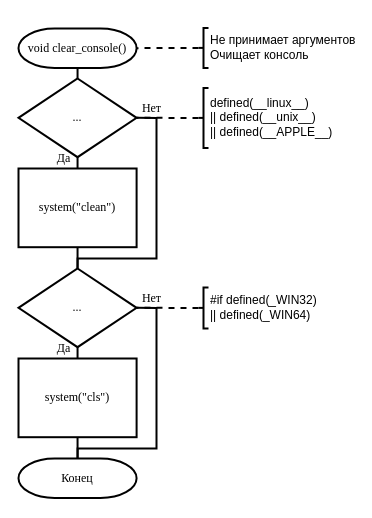
Before: src/libs/clear_console/clear_console.drawio in BrSTU-PO4-190333/2sem_coursework, a draw.io diagram. Source tidied: cells renumbered, new cells numbered last; positions are measured from the earlier drawing's top-left corner, leaving out a move shared by most shapes. Both pictures are drawn from the tidied source at 100%, with x=0, y=0 at pixel (18, 27).
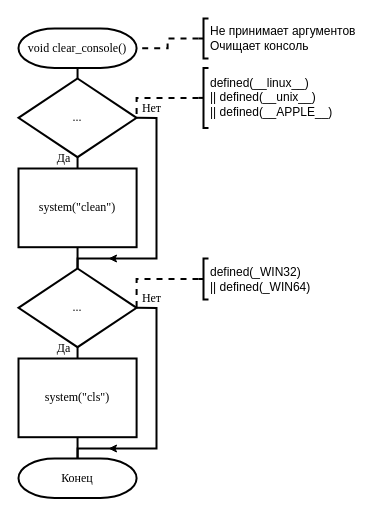
After the change.

The change refers to these unchanged cells:
```xml
<mxCell id="6" value="..." style="strokeWidth=2;html=1;shape=mxgraph.flowchart.decision;whiteSpace=wrap;rounded=0;fontFamily=Times New Roman;" parent="1" vertex="1">
  <mxGeometry y="51" width="118.1" height="78.7" as="geometry" />
</mxCell>
<mxCell id="13" value="..." style="strokeWidth=2;html=1;shape=mxgraph.flowchart.decision;whiteSpace=wrap;rounded=0;fontFamily=Times New Roman;" parent="1" vertex="1">
  <mxGeometry y="241" width="118.1" height="78.7" as="geometry" />
</mxCell>
```

The edit, as a diff of the source:
```diff
@@
     <mxCell id="7" style="edgeStyle=orthogonalEdgeStyle;rounded=0;jettySize=auto;html=1;exitX=0;exitY=0.5;exitDx=0;exitDy=0;exitPerimeter=0;entryX=1;entryY=0.5;entryDx=0;entryDy=0;entryPerimeter=0;endArrow=none;endFill=0;strokeWidth=2;dashed=1;" parent="1" edge="1" source="8" target="6">
-      <mxGeometry relative="1" as="geometry" />
+      <mxGeometry relative="1" as="geometry">
+        <Array as="points">
+          <mxPoint x="118" y="70" />
+        </Array>
+      </mxGeometry>
     </mxCell>
     <mxCell id="8" value="defined(__linux__)&lt;br&gt;|| defined(__unix__)&lt;br&gt;|| defined(__APPLE__)" style="strokeWidth=2;html=1;shape=mxgraph.flowchart.annotation_2;align=left;labelPosition=right;" parent="1" vertex="1">
-      <mxGeometry x="180" y="60.4" width="10" height="60" as="geometry" />
+      <mxGeometry x="180" y="40.4" width="10" height="60" as="geometry" />
     </mxCell>
@@
     <mxCell id="14" style="edgeStyle=orthogonalEdgeStyle;rounded=0;jettySize=auto;html=1;exitX=0;exitY=0.5;exitDx=0;exitDy=0;exitPerimeter=0;entryX=1;entryY=0.5;entryDx=0;entryDy=0;entryPerimeter=0;endArrow=none;endFill=0;strokeWidth=2;dashed=1;" parent="1" edge="1" source="15" target="13">
-      <mxGeometry relative="1" as="geometry" />
+      <mxGeometry relative="1" as="geometry">
+        <Array as="points">
+          <mxPoint x="118" y="252" />
+        </Array>
+      </mxGeometry>
     </mxCell>
-    <mxCell id="15" value="#if defined(_WIN32)&lt;br&gt;|| defined(_WIN64)" style="strokeWidth=2;html=1;shape=mxgraph.flowchart.annotation_2;align=left;labelPosition=right;" parent="1" vertex="1">
-      <mxGeometry x="180" y="259.9" width="10" height="41" as="geometry" />
+    <mxCell id="15" value="defined(_WIN32)&lt;br&gt;|| defined(_WIN64)" style="strokeWidth=2;html=1;shape=mxgraph.flowchart.annotation_2;align=left;labelPosition=right;" parent="1" vertex="1">
+      <mxGeometry x="180" y="231" width="10" height="41" as="geometry" />
     </mxCell>
@@
     <mxCell id="20" value="Не принимает аргументов&lt;br&gt;Очищает консоль" style="strokeWidth=2;html=1;shape=mxgraph.flowchart.annotation_2;align=left;labelPosition=right;" parent="1" vertex="1">
-      <mxGeometry x="180" y="0.4" width="10" height="40" as="geometry" />
+      <mxGeometry x="180" y="-9" width="10" height="40" as="geometry" />
     </mxCell>
@@
+    <mxCell id="25" style="endArrow=classic;html=1;" parent="1" edge="1">
+      <mxGeometry relative="1" as="geometry">
+        <mxPoint x="130" y="231" as="sourcePoint" />
+        <mxPoint x="90" y="231" as="targetPoint" />
+      </mxGeometry>
+    </mxCell>
+    <mxCell id="26" style="endArrow=classic;html=1;" parent="1" edge="1">
+      <mxGeometry relative="1" as="geometry">
+        <mxPoint x="130" y="421" as="sourcePoint" />
+        <mxPoint x="90" y="421" as="targetPoint" />
+      </mxGeometry>
+    </mxCell>
```
